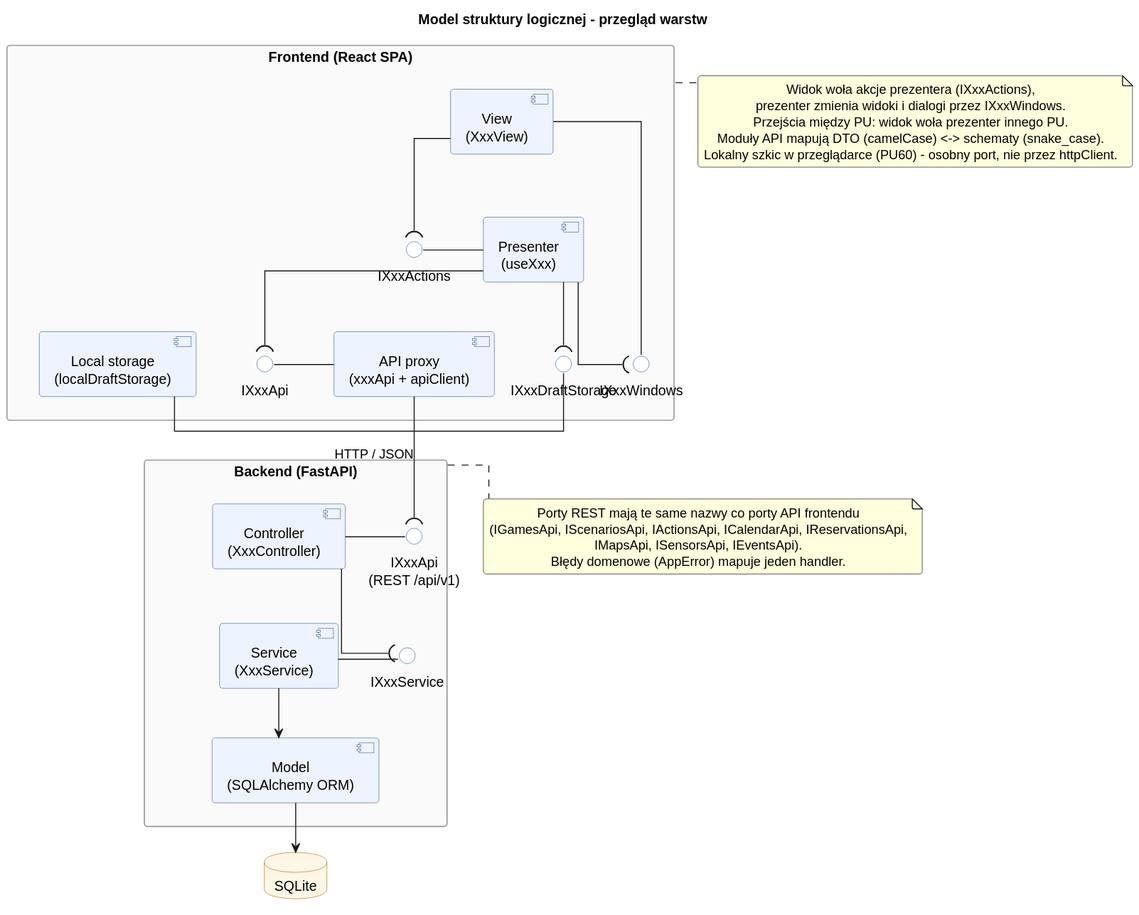
Earlier version of the PlantUML export diagrams/rendered/logic_structure_model.svg (Igor-Ochocki/POP-2026Z).
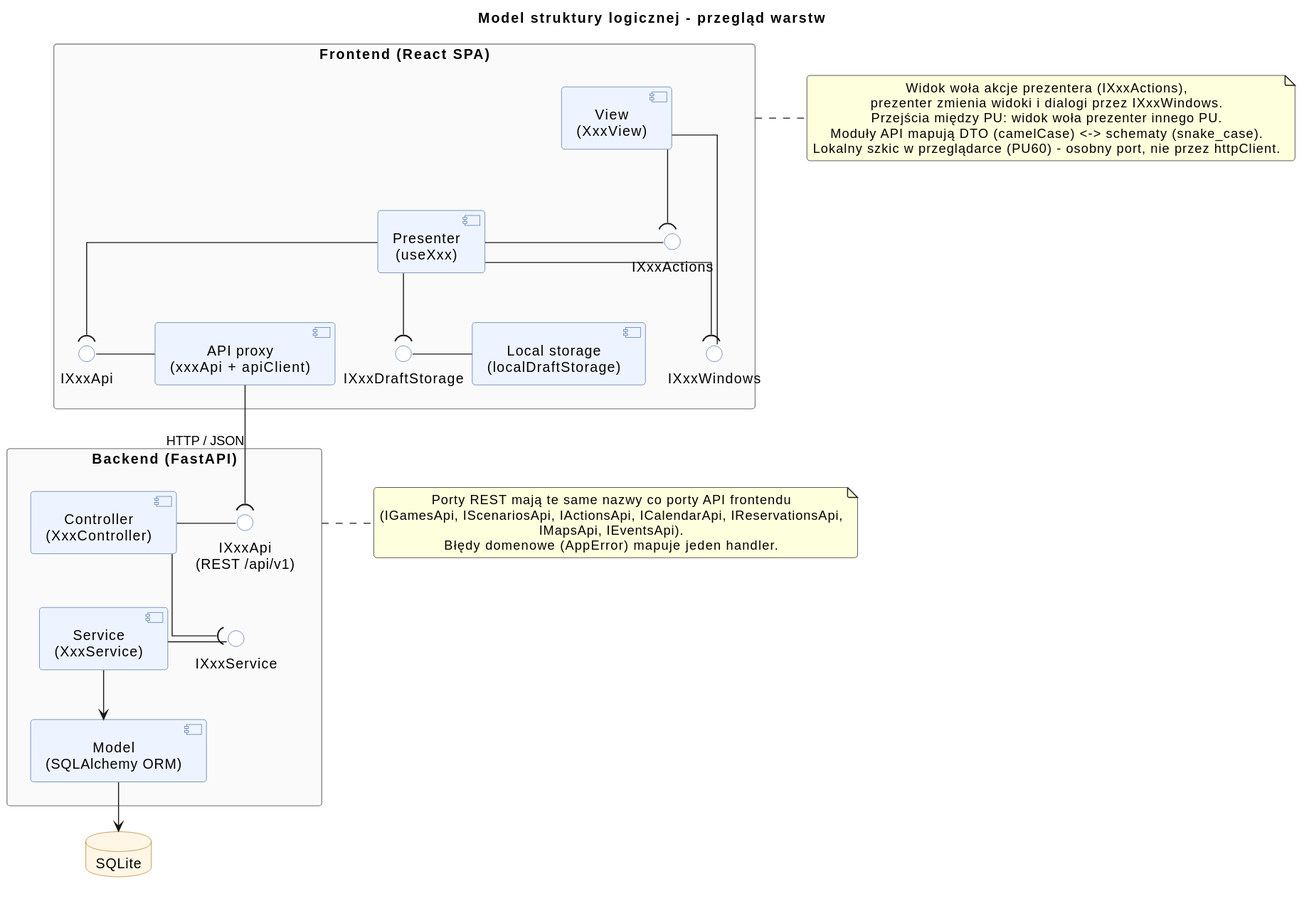
The same file after the commit.

The edit, as a diff of the source:
```diff
@@ -75,7 +75,7 @@
 note right of BE
     Porty REST mają te same nazwy co porty API frontendu
     (IGamesApi, IScenariosApi, IActionsApi, ICalendarApi, IReservationsApi,
-    IMapsApi, ISensorsApi, IEventsApi).
+    IMapsApi, IEventsApi).
     Błędy domenowe (AppError) mapuje jeden handler.
 end note
 @enduml
```
